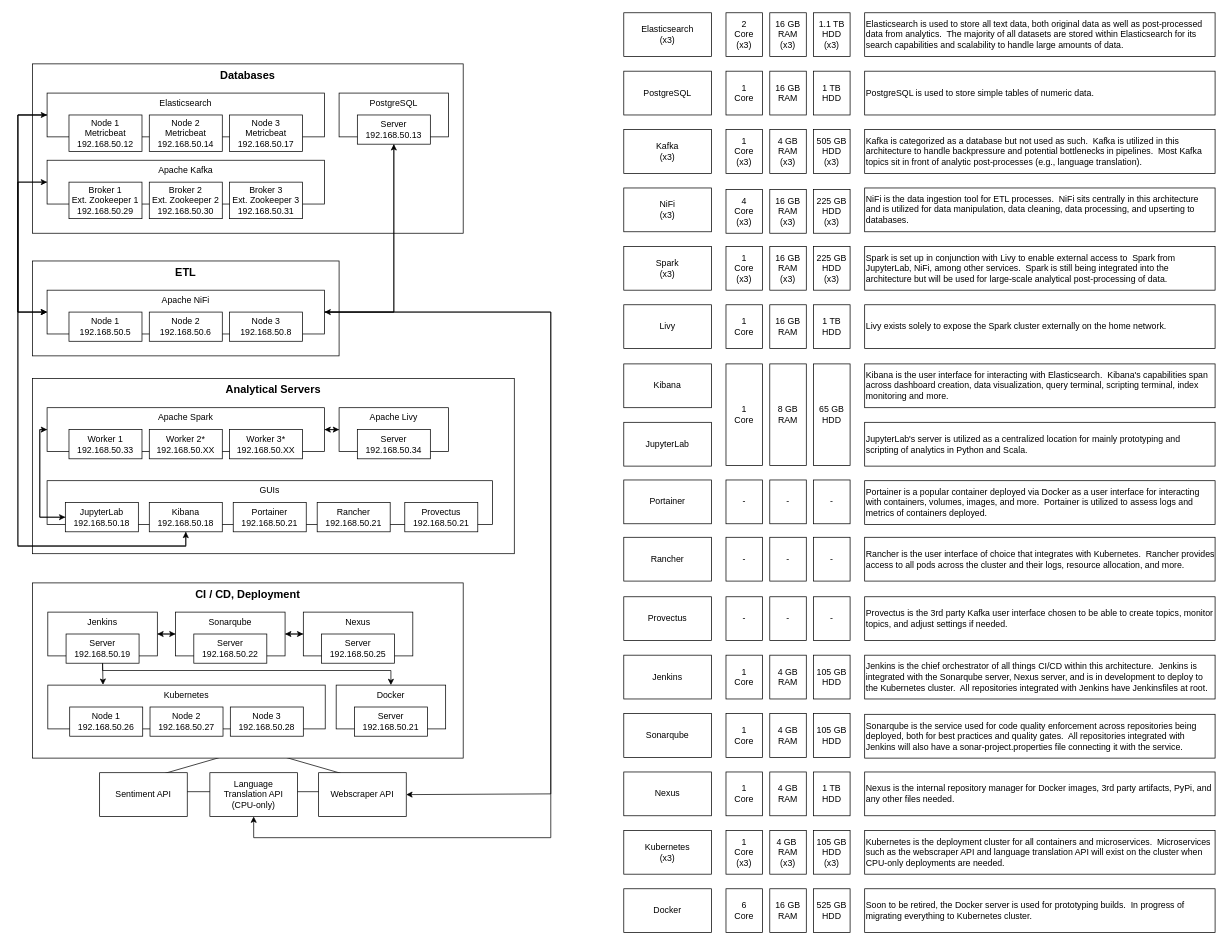
This is development_environment_architecture.drawio from j7breuer/diagrams, a draw.io file, before an edit. Source tidied: cells renumbered, new cells numbered last; positions are measured from the earlier drawing's top-left corner, leaving out a move shared by most shapes. Both pictures are drawn from the tidied source at 73%, with x=0, y=0 at pixel (18, 12).
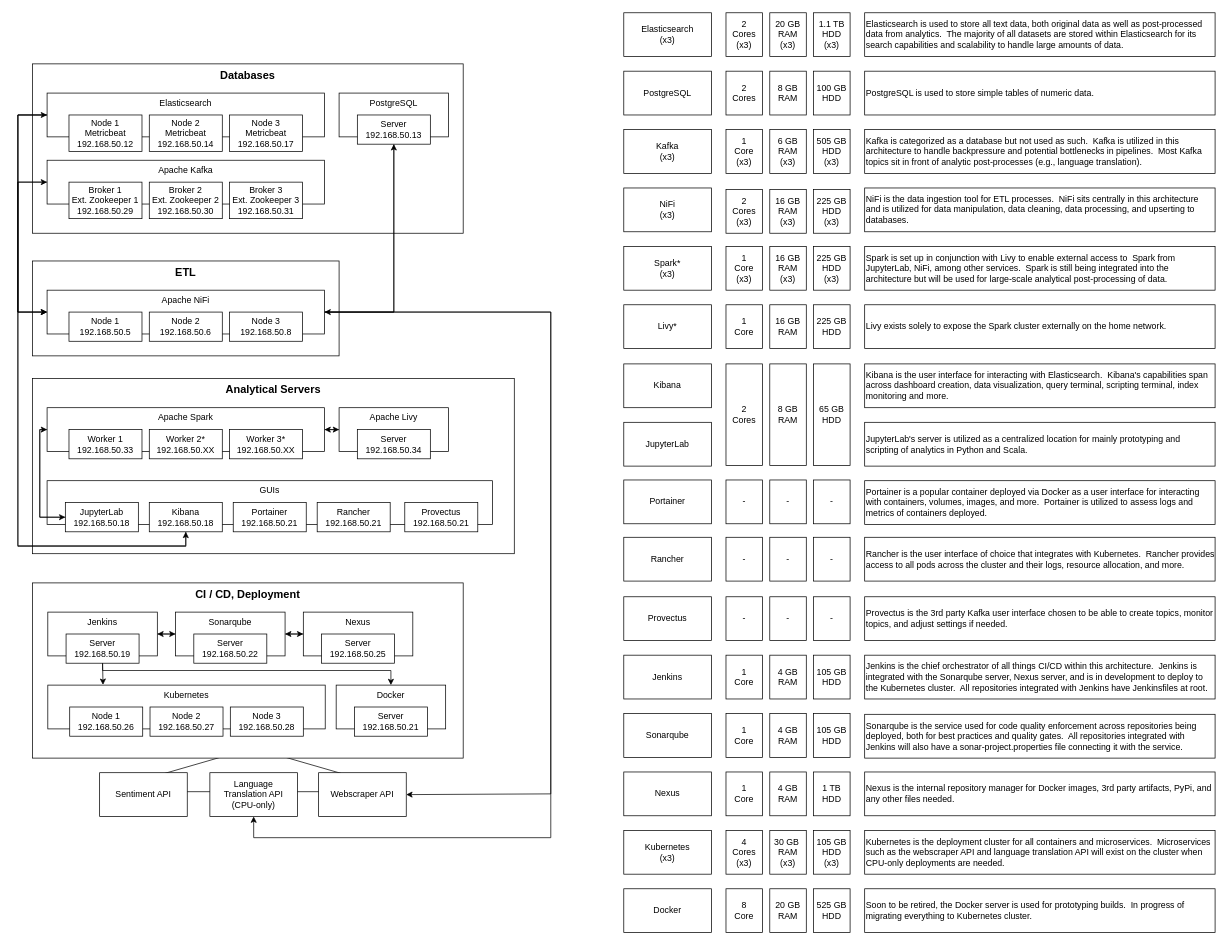
The same page after the edit.

Change to the diagram source:
```diff
@@
-    <mxCell id="71" value="Spark&lt;br&gt;(x3)" style="rounded=0;whiteSpace=wrap;html=1;" parent="1" vertex="1">
+    <mxCell id="71" value="Spark*&lt;br&gt;(x3)" style="rounded=0;whiteSpace=wrap;html=1;" parent="1" vertex="1">
       <mxGeometry x="830" y="320" width="120" height="60" as="geometry" />
     </mxCell>
-    <mxCell id="72" value="Livy" style="rounded=0;whiteSpace=wrap;html=1;" parent="1" vertex="1">
+    <mxCell id="72" value="Livy*" style="rounded=0;whiteSpace=wrap;html=1;" parent="1" vertex="1">
       <mxGeometry x="830" y="400" width="120" height="60" as="geometry" />
     </mxCell>
@@
-    <mxCell id="99" value="2 &lt;br&gt;Core&lt;br&gt;(x3)" style="rounded=0;whiteSpace=wrap;html=1;" parent="1" vertex="1">
+    <mxCell id="99" value="2 &lt;br&gt;Cores&lt;br&gt;(x3)" style="rounded=0;whiteSpace=wrap;html=1;" parent="1" vertex="1">
       <mxGeometry x="970" width="50" height="60" as="geometry" />
     </mxCell>
-    <mxCell id="100" value="16 GB RAM&lt;br&gt;(x3)" style="rounded=0;whiteSpace=wrap;html=1;" parent="1" vertex="1">
+    <mxCell id="100" value="20 GB RAM&lt;br&gt;(x3)" style="rounded=0;whiteSpace=wrap;html=1;" parent="1" vertex="1">
       <mxGeometry x="1030" width="50" height="60" as="geometry" />
     </mxCell>
@@
-    <mxCell id="102" value="1 &lt;br&gt;Core" style="rounded=0;whiteSpace=wrap;html=1;" parent="1" vertex="1">
+    <mxCell id="102" value="2 &lt;br&gt;Cores" style="rounded=0;whiteSpace=wrap;html=1;" parent="1" vertex="1">
       <mxGeometry x="970" y="80" width="50" height="60" as="geometry" />
     </mxCell>
-    <mxCell id="103" value="16 GB RAM" style="rounded=0;whiteSpace=wrap;html=1;" parent="1" vertex="1">
+    <mxCell id="103" value="8 GB RAM" style="rounded=0;whiteSpace=wrap;html=1;" parent="1" vertex="1">
       <mxGeometry x="1030" y="80" width="50" height="60" as="geometry" />
     </mxCell>
-    <mxCell id="104" value="1 TB HDD" style="rounded=0;whiteSpace=wrap;html=1;" parent="1" vertex="1">
+    <mxCell id="104" value="100 GB HDD" style="rounded=0;whiteSpace=wrap;html=1;" parent="1" vertex="1">
       <mxGeometry x="1090" y="80" width="50" height="60" as="geometry" />
     </mxCell>
@@
-    <mxCell id="106" value="4 GB RAM&lt;br&gt;(x3)" style="rounded=0;whiteSpace=wrap;html=1;" parent="1" vertex="1">
+    <mxCell id="106" value="6 GB RAM&lt;br&gt;(x3)" style="rounded=0;whiteSpace=wrap;html=1;" parent="1" vertex="1">
       <mxGeometry x="1030" y="160" width="50" height="60" as="geometry" />
     </mxCell>
@@
-    <mxCell id="108" value="4 &lt;br&gt;Core&lt;br&gt;(x3)" style="rounded=0;whiteSpace=wrap;html=1;" parent="1" vertex="1">
+    <mxCell id="108" value="2&lt;br&gt;Cores&lt;br&gt;(x3)" style="rounded=0;whiteSpace=wrap;html=1;" parent="1" vertex="1">
       <mxGeometry x="970" y="242" width="50" height="60" as="geometry" />
     </mxCell>
@@
-    <mxCell id="116" value="1 TB HDD" style="rounded=0;whiteSpace=wrap;html=1;" parent="1" vertex="1">
+    <mxCell id="116" value="225 GB HDD" style="rounded=0;whiteSpace=wrap;html=1;" parent="1" vertex="1">
       <mxGeometry x="1090" y="400" width="50" height="60" as="geometry" />
     </mxCell>
-    <mxCell id="117" value="1 &lt;br&gt;Core" style="rounded=0;whiteSpace=wrap;html=1;" parent="1" vertex="1">
+    <mxCell id="117" value="2&lt;br&gt;Cores" style="rounded=0;whiteSpace=wrap;html=1;" parent="1" vertex="1">
       <mxGeometry x="970" y="481" width="50" height="139" as="geometry" />
     </mxCell>
@@
-    <mxCell id="138" value="1 &lt;br&gt;Core&lt;br&gt;(x3)" style="rounded=0;whiteSpace=wrap;html=1;" parent="1" vertex="1">
+    <mxCell id="138" value="4 &lt;br&gt;Cores&lt;br&gt;(x3)" style="rounded=0;whiteSpace=wrap;html=1;" parent="1" vertex="1">
       <mxGeometry x="970" y="1120" width="50" height="60" as="geometry" />
     </mxCell>
-    <mxCell id="139" value="4 GB&amp;nbsp; RAM&lt;br&gt;(x3)" style="rounded=0;whiteSpace=wrap;html=1;" parent="1" vertex="1">
+    <mxCell id="139" value="30 GB&amp;nbsp; RAM&lt;br&gt;(x3)" style="rounded=0;whiteSpace=wrap;html=1;" parent="1" vertex="1">
       <mxGeometry x="1030" y="1120" width="50" height="60" as="geometry" />
     </mxCell>
@@
-    <mxCell id="141" value="6 &lt;br&gt;Core" style="rounded=0;whiteSpace=wrap;html=1;" parent="1" vertex="1">
+    <mxCell id="141" value="8&lt;br&gt;Core" style="rounded=0;whiteSpace=wrap;html=1;" parent="1" vertex="1">
       <mxGeometry x="970" y="1200" width="50" height="60" as="geometry" />
     </mxCell>
-    <mxCell id="142" value="16 GB RAM" style="rounded=0;whiteSpace=wrap;html=1;" parent="1" vertex="1">
+    <mxCell id="142" value="20 GB RAM" style="rounded=0;whiteSpace=wrap;html=1;" parent="1" vertex="1">
       <mxGeometry x="1030" y="1200" width="50" height="60" as="geometry" />
     </mxCell>
```
